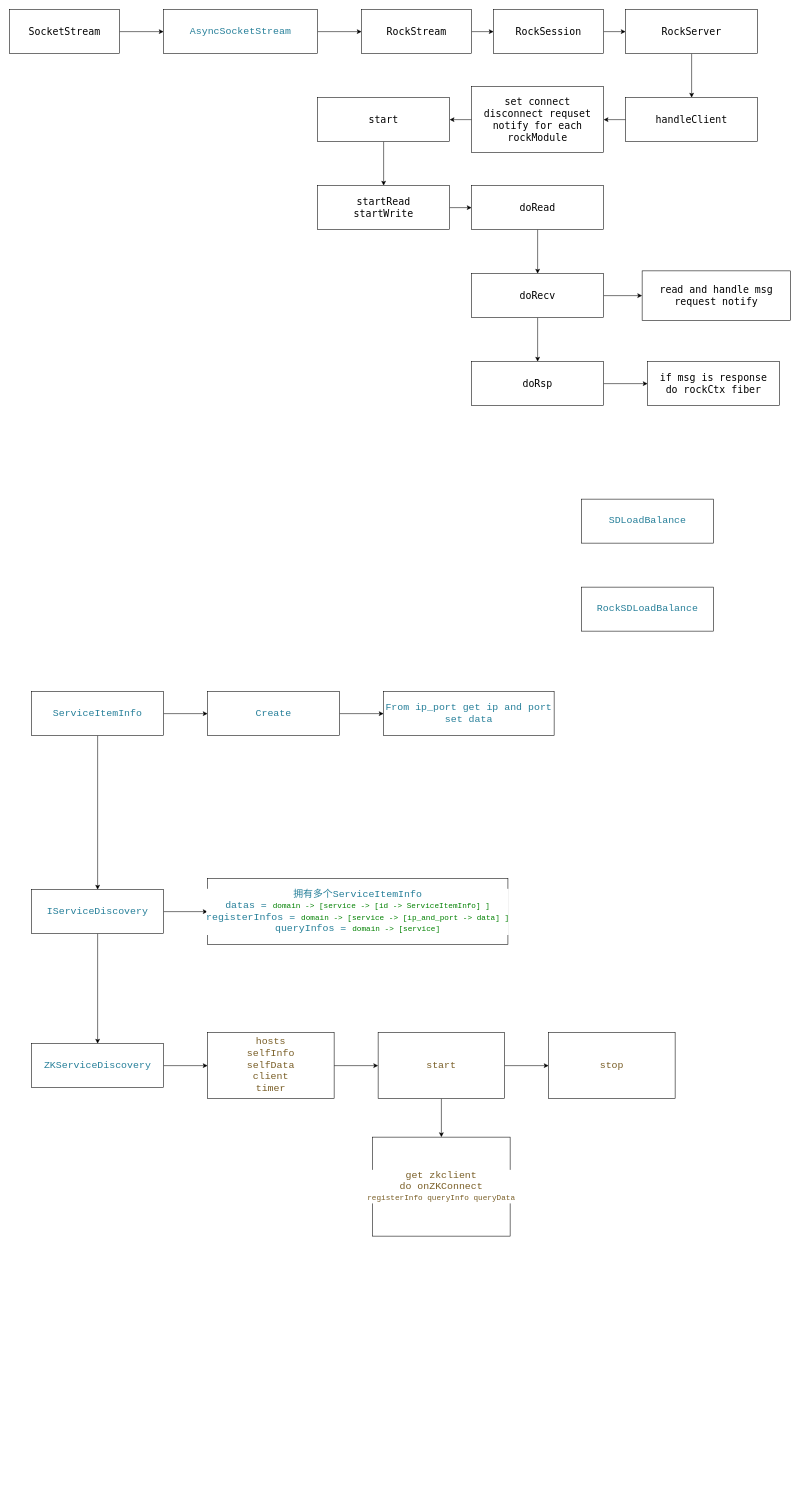
Mn258/WebServer keeps this draw.io diagram as rockserver.drawio. Above is the earlier version. Source tidied: cells renumbered, new cells numbered last; positions are measured from the earlier drawing's top-left corner, leaving out a move shared by most shapes. Both pictures are drawn from the tidied source at 55%, with x=0, y=0 at pixel (9, 9).
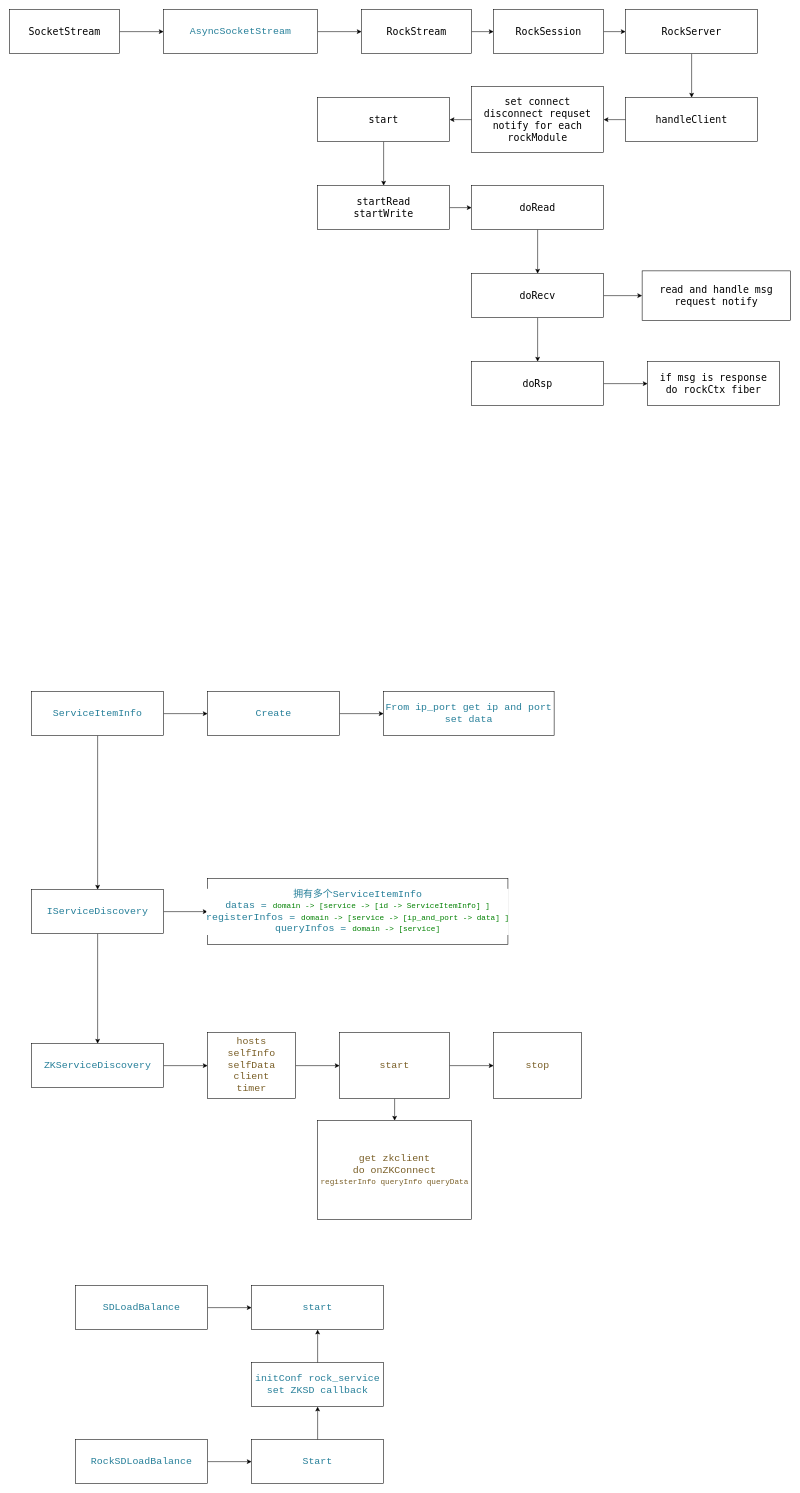
The same page after the edit.

The edit, as a diff of the source:
```diff
@@
+    <mxCell id="50" style="edgeStyle=orthogonalEdgeStyle;rounded=0;jettySize=auto;html=1;" parent="1" edge="1" source="37" target="53">
+      <mxGeometry relative="1" as="geometry" />
+    </mxCell>
     <mxCell id="37" value="&lt;div style=&quot;color: rgb(59, 59, 59); background-color: rgb(255, 255, 255); font-family: Consolas, &amp;quot;Courier New&amp;quot;, monospace; line-height: 19px; white-space: pre;&quot;&gt;&lt;div style=&quot;line-height: 19px;&quot;&gt;&lt;span style=&quot;color: rgb(38, 127, 153);&quot;&gt;&lt;font style=&quot;font-size: 18px;&quot;&gt;RockSDLoadBalance&lt;/font&gt;&lt;/span&gt;&lt;/div&gt;&lt;/div&gt;" style="rounded=0;whiteSpace=wrap;html=1;" parent="1" vertex="1">
-      <mxGeometry x="1040" y="1050" width="240" height="80" as="geometry" />
+      <mxGeometry x="120" y="2600" width="240" height="80" as="geometry" />
     </mxCell>
+    <mxCell id="51" style="edgeStyle=orthogonalEdgeStyle;rounded=0;jettySize=auto;html=1;" parent="1" edge="1" source="38" target="56">
+      <mxGeometry relative="1" as="geometry" />
+    </mxCell>
     <mxCell id="38" value="&lt;div style=&quot;color: rgb(59, 59, 59); background-color: rgb(255, 255, 255); font-family: Consolas, &amp;quot;Courier New&amp;quot;, monospace; line-height: 19px; white-space: pre;&quot;&gt;&lt;div style=&quot;line-height: 19px;&quot;&gt;&lt;div style=&quot;line-height: 19px;&quot;&gt;&lt;span style=&quot;color: rgb(38, 127, 153);&quot;&gt;&lt;font style=&quot;font-size: 18px;&quot;&gt;SDLoadBalance&lt;/font&gt;&lt;/span&gt;&lt;/div&gt;&lt;/div&gt;&lt;/div&gt;" style="rounded=0;whiteSpace=wrap;html=1;" parent="1" vertex="1">
-      <mxGeometry x="1040" y="890" width="240" height="80" as="geometry" />
+      <mxGeometry x="120" y="2320" width="240" height="80" as="geometry" />
     </mxCell>
@@
     <mxCell id="40" value="&lt;div style=&quot;background-color: rgb(255, 255, 255); font-family: Consolas, &amp;quot;Courier New&amp;quot;, monospace; line-height: 19px; white-space: pre;&quot;&gt;&lt;div style=&quot;line-height: 19px;&quot;&gt;&lt;font color=&quot;#795e26&quot;&gt;&lt;span style=&quot;font-size: 18px;&quot;&gt;hosts&lt;/span&gt;&lt;/font&gt;&lt;/div&gt;&lt;div style=&quot;line-height: 19px;&quot;&gt;&lt;font color=&quot;#795e26&quot;&gt;&lt;span style=&quot;font-size: 18px;&quot;&gt;selfInfo&lt;/span&gt;&lt;/font&gt;&lt;/div&gt;&lt;div style=&quot;line-height: 19px;&quot;&gt;&lt;font color=&quot;#795e26&quot;&gt;&lt;span style=&quot;font-size: 18px;&quot;&gt;selfData&lt;/span&gt;&lt;/font&gt;&lt;/div&gt;&lt;div style=&quot;line-height: 19px;&quot;&gt;&lt;font color=&quot;#795e26&quot;&gt;&lt;span style=&quot;font-size: 18px;&quot;&gt;client&lt;/span&gt;&lt;/font&gt;&lt;/div&gt;&lt;div style=&quot;line-height: 19px;&quot;&gt;&lt;font color=&quot;#795e26&quot;&gt;&lt;span style=&quot;font-size: 18px;&quot;&gt;timer&lt;/span&gt;&lt;/font&gt;&lt;/div&gt;&lt;/div&gt;" style="rounded=0;whiteSpace=wrap;html=1;" parent="1" vertex="1">
-      <mxGeometry x="360" y="1860" width="230" height="120" as="geometry" />
+      <mxGeometry x="360" y="1860" width="160" height="120" as="geometry" />
     </mxCell>
@@
     <mxCell id="47" value="&lt;div style=&quot;background-color: rgb(255, 255, 255); font-family: Consolas, &amp;quot;Courier New&amp;quot;, monospace; line-height: 19px; white-space: pre;&quot;&gt;&lt;div style=&quot;line-height: 19px;&quot;&gt;&lt;font color=&quot;#795e26&quot;&gt;&lt;span style=&quot;font-size: 18px;&quot;&gt;start&lt;/span&gt;&lt;/font&gt;&lt;/div&gt;&lt;/div&gt;" style="rounded=0;whiteSpace=wrap;html=1;" parent="1" vertex="1">
-      <mxGeometry x="670" y="1860" width="230" height="120" as="geometry" />
+      <mxGeometry x="600" y="1860" width="200" height="120" as="geometry" />
     </mxCell>
     <mxCell id="48" value="&lt;div style=&quot;background-color: rgb(255, 255, 255); font-family: Consolas, &amp;quot;Courier New&amp;quot;, monospace; line-height: 19px; white-space: pre;&quot;&gt;&lt;div style=&quot;line-height: 19px;&quot;&gt;&lt;font color=&quot;#795e26&quot;&gt;&lt;span style=&quot;font-size: 18px;&quot;&gt;stop&lt;/span&gt;&lt;/font&gt;&lt;/div&gt;&lt;/div&gt;" style="rounded=0;whiteSpace=wrap;html=1;" parent="1" vertex="1">
-      <mxGeometry x="980" y="1860" width="230" height="120" as="geometry" />
+      <mxGeometry x="880" y="1860" width="160" height="120" as="geometry" />
     </mxCell>
     <mxCell id="49" value="&lt;div style=&quot;background-color: rgb(255, 255, 255); font-family: Consolas, &amp;quot;Courier New&amp;quot;, monospace; line-height: 19px; white-space: pre;&quot;&gt;&lt;div style=&quot;line-height: 19px;&quot;&gt;&lt;font color=&quot;#795e26&quot;&gt;&lt;span style=&quot;font-size: 18px;&quot;&gt;get zkclient&lt;/span&gt;&lt;/font&gt;&lt;/div&gt;&lt;div style=&quot;line-height: 19px;&quot;&gt;&lt;font color=&quot;#795e26&quot;&gt;&lt;span style=&quot;font-size: 18px;&quot;&gt;do &lt;/span&gt;&lt;/font&gt;&lt;span style=&quot;color: rgb(121, 94, 38);&quot;&gt;&lt;font style=&quot;font-size: 18px;&quot;&gt;onZKConnect&lt;/font&gt;&lt;/span&gt;&lt;/div&gt;&lt;div style=&quot;line-height: 19px;&quot;&gt;&lt;div style=&quot;color: rgb(59, 59, 59); font-size: 14px; line-height: 19px;&quot;&gt;&lt;span style=&quot;color: #795e26;&quot;&gt;registerInfo queryInfo queryData&lt;/span&gt;&lt;/div&gt;&lt;/div&gt;&lt;/div&gt;" style="rounded=0;whiteSpace=wrap;html=1;" parent="1" vertex="1">
-      <mxGeometry x="660" y="2050" width="250" height="180" as="geometry" />
+      <mxGeometry x="560" y="2020" width="280" height="180" as="geometry" />
     </mxCell>
+    <mxCell id="52" style="edgeStyle=orthogonalEdgeStyle;rounded=0;jettySize=auto;html=1;" parent="1" edge="1" source="53" target="55">
+      <mxGeometry relative="1" as="geometry" />
+    </mxCell>
+    <mxCell id="53" value="&lt;div style=&quot;color: rgb(59, 59, 59); background-color: rgb(255, 255, 255); font-family: Consolas, &amp;quot;Courier New&amp;quot;, monospace; line-height: 19px; white-space: pre;&quot;&gt;&lt;div style=&quot;line-height: 19px;&quot;&gt;&lt;span style=&quot;color: rgb(38, 127, 153);&quot;&gt;&lt;font style=&quot;font-size: 18px;&quot;&gt;Start&lt;/font&gt;&lt;/span&gt;&lt;/div&gt;&lt;/div&gt;" style="rounded=0;whiteSpace=wrap;html=1;" parent="1" vertex="1">
+      <mxGeometry x="440" y="2600" width="240" height="80" as="geometry" />
+    </mxCell>
+    <mxCell id="54" style="edgeStyle=orthogonalEdgeStyle;rounded=0;jettySize=auto;html=1;" parent="1" edge="1" source="55" target="56">
+      <mxGeometry relative="1" as="geometry" />
+    </mxCell>
+    <mxCell id="55" value="&lt;div style=&quot;background-color: rgb(255, 255, 255); font-family: Consolas, &amp;quot;Courier New&amp;quot;, monospace; line-height: 19px; white-space: pre;&quot;&gt;&lt;div style=&quot;line-height: 19px;&quot;&gt;&lt;span style=&quot;color: rgb(38, 127, 153); font-size: 18px;&quot;&gt;initConf rock_service&lt;/span&gt;&lt;/div&gt;&lt;div style=&quot;line-height: 19px;&quot;&gt;&lt;span style=&quot;color: rgb(38, 127, 153); font-size: 18px;&quot;&gt;set ZKSD callback&lt;/span&gt;&lt;/div&gt;&lt;/div&gt;" style="rounded=0;whiteSpace=wrap;html=1;" parent="1" vertex="1">
+      <mxGeometry x="440" y="2460" width="240" height="80" as="geometry" />
+    </mxCell>
+    <mxCell id="56" value="&lt;div style=&quot;color: rgb(59, 59, 59); background-color: rgb(255, 255, 255); font-family: Consolas, &amp;quot;Courier New&amp;quot;, monospace; line-height: 19px; white-space: pre;&quot;&gt;&lt;div style=&quot;line-height: 19px;&quot;&gt;&lt;div style=&quot;line-height: 19px;&quot;&gt;&lt;span style=&quot;color: rgb(38, 127, 153);&quot;&gt;&lt;font style=&quot;font-size: 18px;&quot;&gt;start&lt;/font&gt;&lt;/span&gt;&lt;/div&gt;&lt;/div&gt;&lt;/div&gt;" style="rounded=0;whiteSpace=wrap;html=1;" parent="1" vertex="1">
+      <mxGeometry x="440" y="2320" width="240" height="80" as="geometry" />
+    </mxCell>
```
